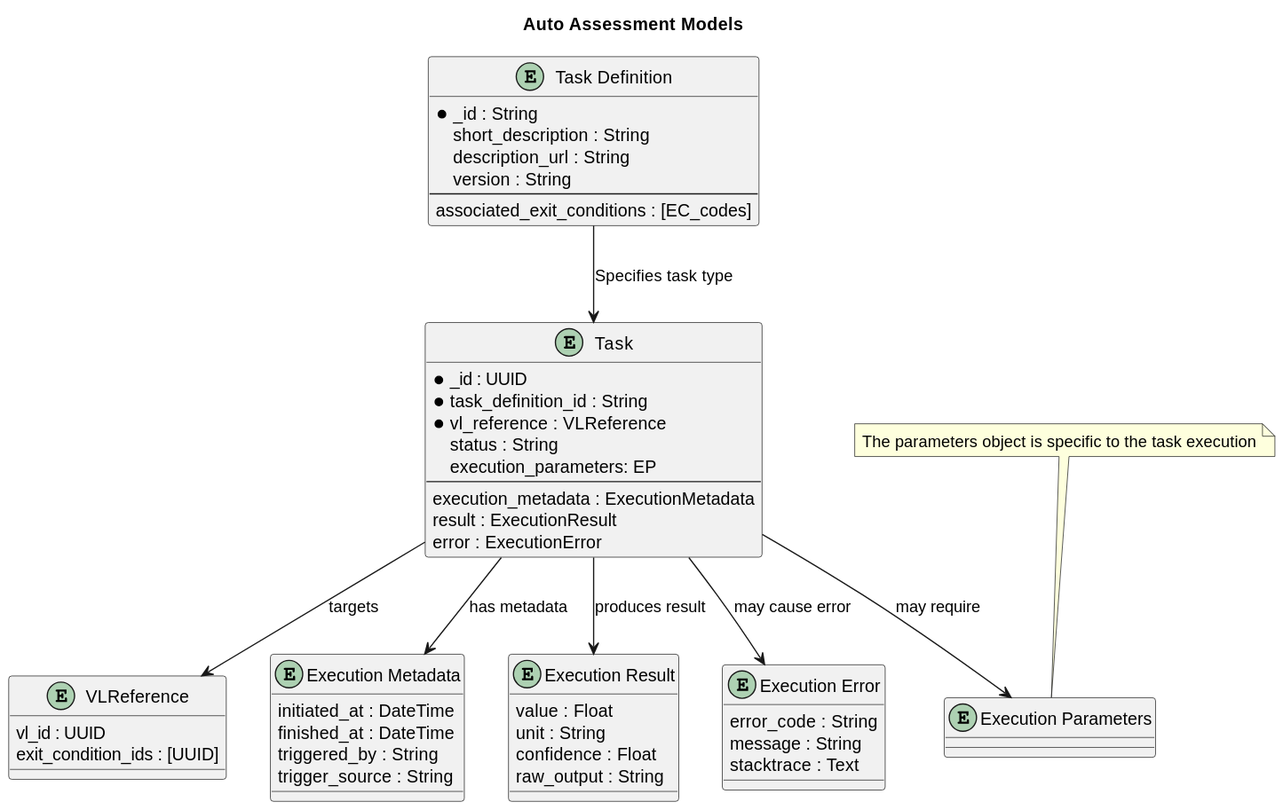
Before: out/uml/auto_assessment_models/Auto Assessment models.svg, a diagram exported from PlantUML (ikoko3/VRE-Readiness-Framework_docs).
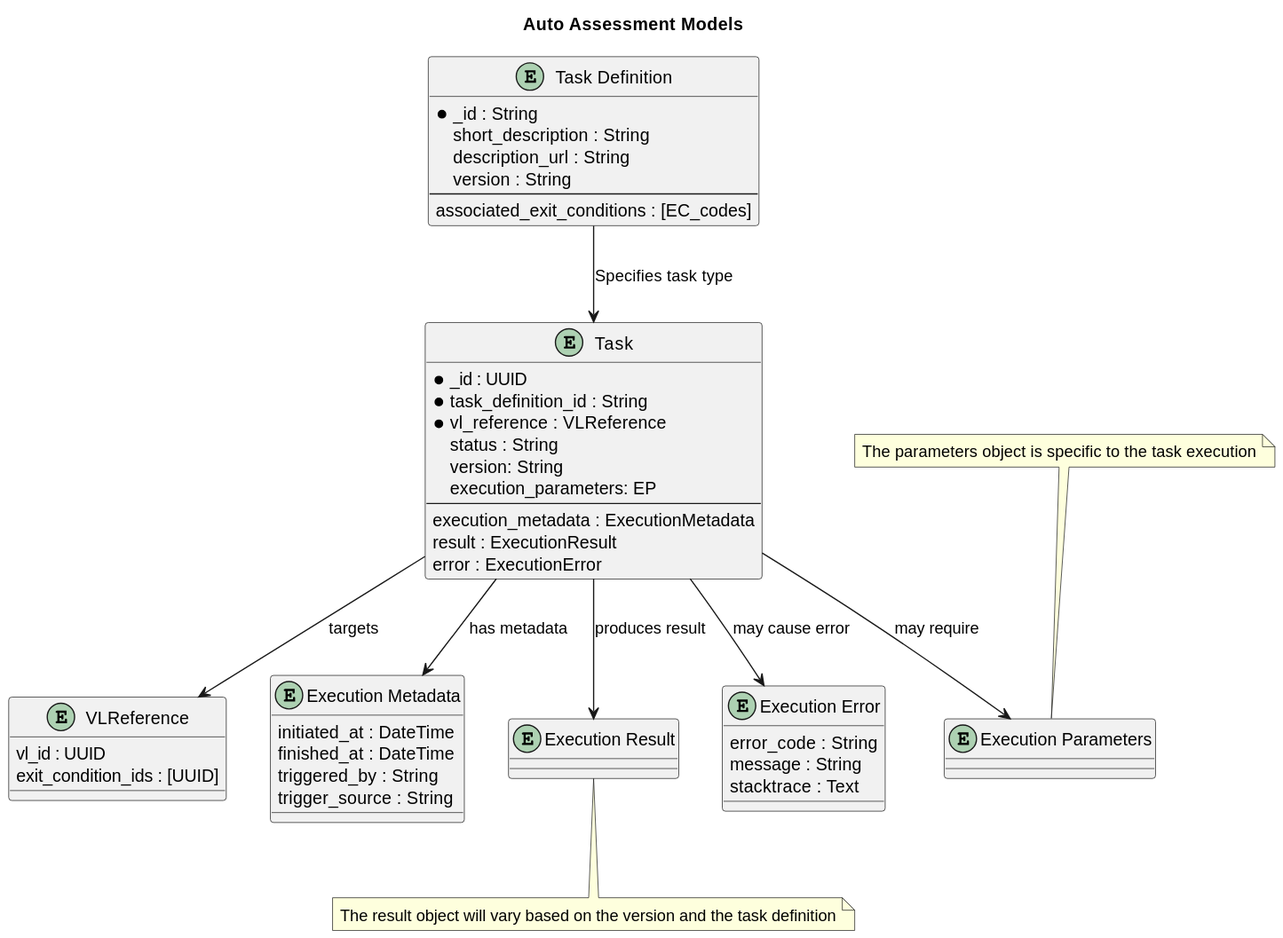
After the change.

Commit message:
minor changes in the auto assessment page

Diff of the diagram source:
```diff
@@ -15,6 +15,7 @@
   * task_definition_id : String
   * vl_reference : VLReference
   status : String
+  version: String
   execution_parameters: EP
   --
   execution_metadata : ExecutionMetadata
@@ -35,11 +36,12 @@
 }
 
 entity "Execution Result" as ER {
-  value : Float
-  unit : String
-  confidence : Float
-  raw_output : String
+
 }
+
+note bottom of ER
+The result object will vary based on the version and the task definition
+end note
 
 entity "Execution Error" as EE {
   error_code : String
```
